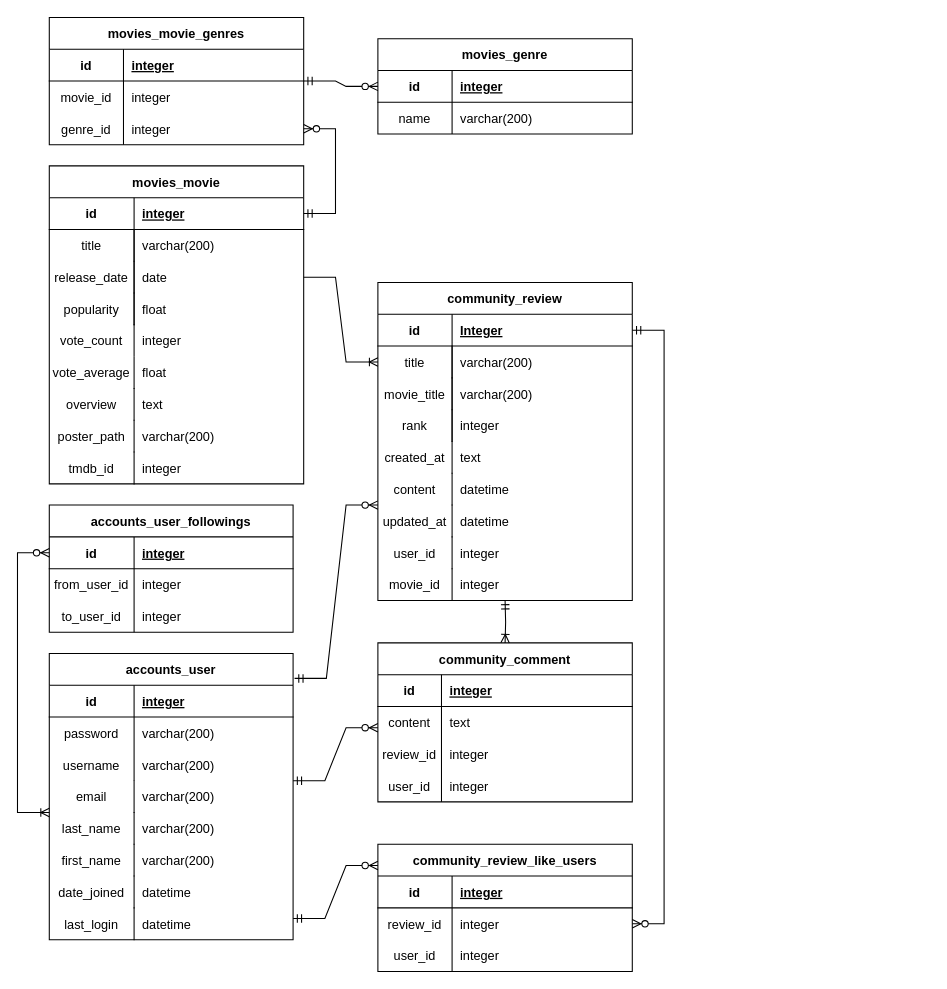
This is ERD.drawio from hanseungjune/ERD_MEMO, a draw.io file, before an edit. Source tidied: cells renumbered, new cells numbered last; positions are measured from the earlier drawing's top-left corner, leaving out a move shared by most shapes. Both pictures are drawn from the tidied source at 106%, with x=0, y=0 at pixel (17, 17).
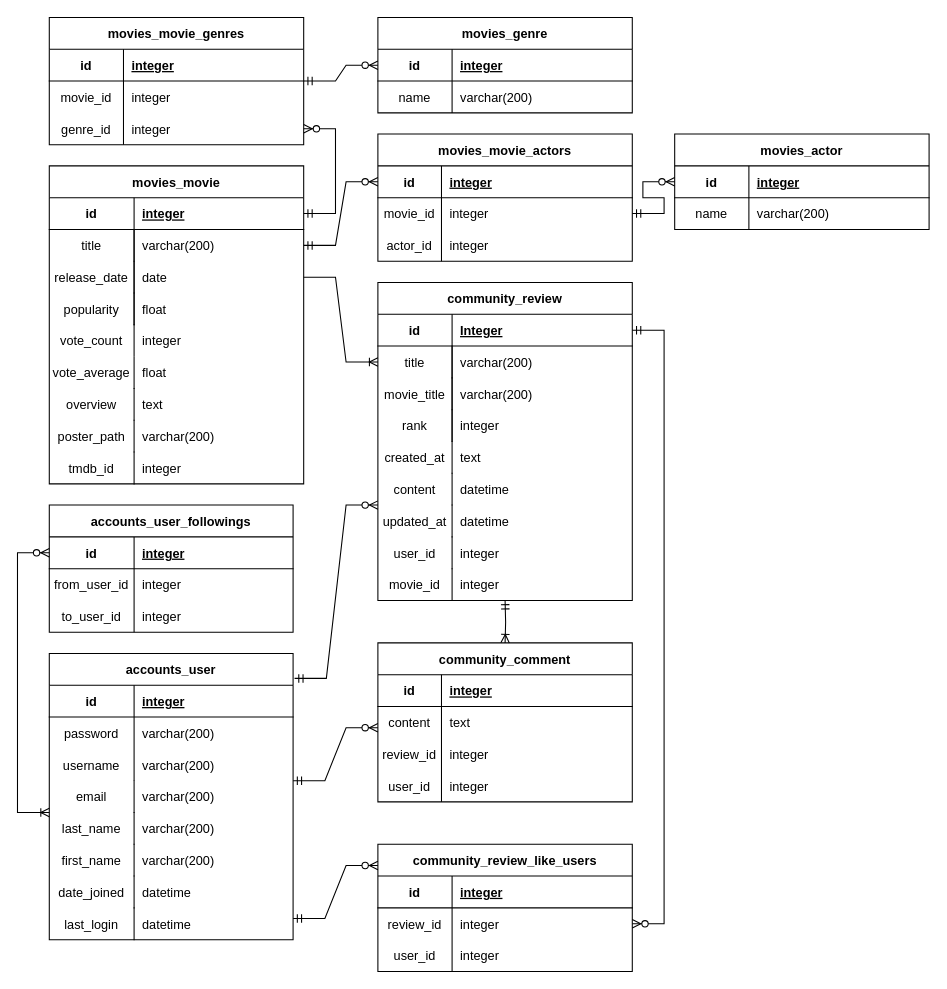
After the change.

The change refers to these unchanged cells:
```xml
<mxCell id="6" style="shape=tableRow;horizontal=0;startSize=0;swimlaneHead=0;swimlaneBody=0;fillColor=none;points=[[0,0.5],[1,0.5]];portConstraint=eastwest;top=0;left=0;right=0;bottom=0;" parent="2" vertex="1">
  <mxGeometry y="60" width="240" height="30" as="geometry" />
</mxCell>
```

Diff of the diagram source:
```diff
@@
     <mxCell id="126" value="movies_genre" style="shape=table;startSize=30;childLayout=tableLayout;rowLines=0;fontStyle=1;align=center;fillColor=none;gradientColor=default;" parent="1" vertex="1">
-      <mxGeometry x="340" y="20" width="240" height="90" as="geometry" />
+      <mxGeometry x="340" width="240" height="90" as="geometry" />
     </mxCell>
@@
+    <mxCell id="138" value="movies_movie_actors" style="shape=table;startSize=30;childLayout=tableLayout;rowLines=0;fontStyle=1;align=center;" parent="1" vertex="1">
+      <mxGeometry x="340" y="110" width="240" height="120" as="geometry" />
+    </mxCell>
+    <mxCell id="139" style="shape=tableRow;horizontal=0;startSize=0;swimlaneHead=0;swimlaneBody=0;fillColor=none;points=[[0,0.5],[1,0.5]];portConstraint=eastwest;top=0;left=0;right=0;bottom=1;" parent="138" vertex="1">
+      <mxGeometry y="30" width="240" height="30" as="geometry" />
+    </mxCell>
+    <mxCell id="140" value="id" style="shape=partialRectangle;fillColor=none;top=0;left=0;bottom=0;right=0;fontStyle=1;overflow=hidden;" parent="139" vertex="1">
+      <mxGeometry width="60" height="30" as="geometry" />
+    </mxCell>
+    <mxCell id="141" value="integer" style="shape=partialRectangle;fillColor=none;top=0;left=0;bottom=0;right=0;align=left;spacingLeft=6;fontStyle=5;overflow=hidden;" parent="139" vertex="1">
+      <mxGeometry x="60" width="180" height="30" as="geometry" />
+    </mxCell>
+    <mxCell id="142" style="shape=tableRow;horizontal=0;startSize=0;swimlaneHead=0;swimlaneBody=0;fillColor=none;points=[[0,0.5],[1,0.5]];portConstraint=eastwest;top=0;left=0;right=0;bottom=0;" parent="138" vertex="1">
+      <mxGeometry y="60" width="240" height="30" as="geometry" />
+    </mxCell>
+    <mxCell id="143" value="movie_id" style="shape=partialRectangle;fillColor=none;top=0;left=0;bottom=0;right=0;overflow=hidden;" parent="142" vertex="1">
+      <mxGeometry width="60" height="30" as="geometry" />
+    </mxCell>
+    <mxCell id="144" value="integer" style="shape=partialRectangle;fillColor=none;top=0;left=0;bottom=0;right=0;align=left;spacingLeft=6;overflow=hidden;" parent="142" vertex="1">
+      <mxGeometry x="60" width="180" height="30" as="geometry" />
+    </mxCell>
+    <mxCell id="145" style="shape=tableRow;horizontal=0;startSize=0;swimlaneHead=0;swimlaneBody=0;fillColor=none;top=0;left=0;right=0;bottom=0;" parent="138" vertex="1">
+      <mxGeometry y="90" width="240" height="30" as="geometry" />
+    </mxCell>
+    <mxCell id="146" value="actor_id" style="shape=partialRectangle;fillColor=none;top=0;left=0;bottom=0;right=0;overflow=hidden;" parent="145" vertex="1">
+      <mxGeometry width="60" height="30" as="geometry" />
+    </mxCell>
+    <mxCell id="147" value="integer" style="shape=partialRectangle;fillColor=none;top=0;left=0;bottom=0;right=0;align=left;spacingLeft=6;overflow=hidden;" parent="145" vertex="1">
+      <mxGeometry x="60" width="180" height="30" as="geometry" />
+    </mxCell>
+    <mxCell id="148" style="edgeStyle=entityRelationEdgeStyle;fontSize=12;html=1;endArrow=ERzeroToMany;startArrow=ERmandOne;rounded=0;" parent="1" edge="1" source="6" target="139">
+      <mxGeometry relative="1" as="geometry" />
+    </mxCell>
+    <mxCell id="149" value="movies_actor" style="shape=table;startSize=30;childLayout=tableLayout;rowLines=0;fontStyle=1;align=center;fillColor=none;gradientColor=default;" parent="1" vertex="1">
+      <mxGeometry x="620" y="110" width="240" height="90" as="geometry" />
+    </mxCell>
+    <mxCell id="150" style="shape=tableRow;horizontal=0;startSize=0;swimlaneHead=0;swimlaneBody=0;fillColor=none;top=0;left=0;right=0;bottom=1;" parent="149" vertex="1">
+      <mxGeometry y="30" width="240" height="30" as="geometry" />
+    </mxCell>
+    <mxCell id="151" value="id" style="shape=partialRectangle;fillColor=none;top=0;left=0;bottom=0;right=0;fontStyle=1;overflow=hidden;" parent="150" vertex="1">
+      <mxGeometry width="70" height="30" as="geometry" />
+    </mxCell>
+    <mxCell id="152" value="integer" style="shape=partialRectangle;fillColor=none;top=0;left=0;bottom=0;right=0;align=left;spacingLeft=6;fontStyle=5;overflow=hidden;" parent="150" vertex="1">
+      <mxGeometry x="70" width="170" height="30" as="geometry" />
+    </mxCell>
+    <mxCell id="153" style="shape=tableRow;horizontal=0;startSize=0;swimlaneHead=0;swimlaneBody=0;fillColor=none;top=0;left=0;right=0;bottom=0;" parent="149" vertex="1">
+      <mxGeometry y="60" width="240" height="30" as="geometry" />
+    </mxCell>
+    <mxCell id="154" value="name" style="shape=partialRectangle;fillColor=none;top=0;left=0;bottom=0;right=0;overflow=hidden;" parent="153" vertex="1">
+      <mxGeometry width="70" height="30" as="geometry" />
+    </mxCell>
+    <mxCell id="155" value="varchar(200)" style="shape=partialRectangle;fillColor=none;top=0;left=0;bottom=0;right=0;align=left;spacingLeft=6;overflow=hidden;" parent="153" vertex="1">
+      <mxGeometry x="70" width="170" height="30" as="geometry" />
+    </mxCell>
+    <mxCell id="156" style="edgeStyle=entityRelationEdgeStyle;fontSize=12;html=1;endArrow=ERzeroToMany;startArrow=ERmandOne;rounded=0;" parent="1" edge="1" source="142" target="149">
+      <mxGeometry relative="1" as="geometry" />
+    </mxCell>
```
